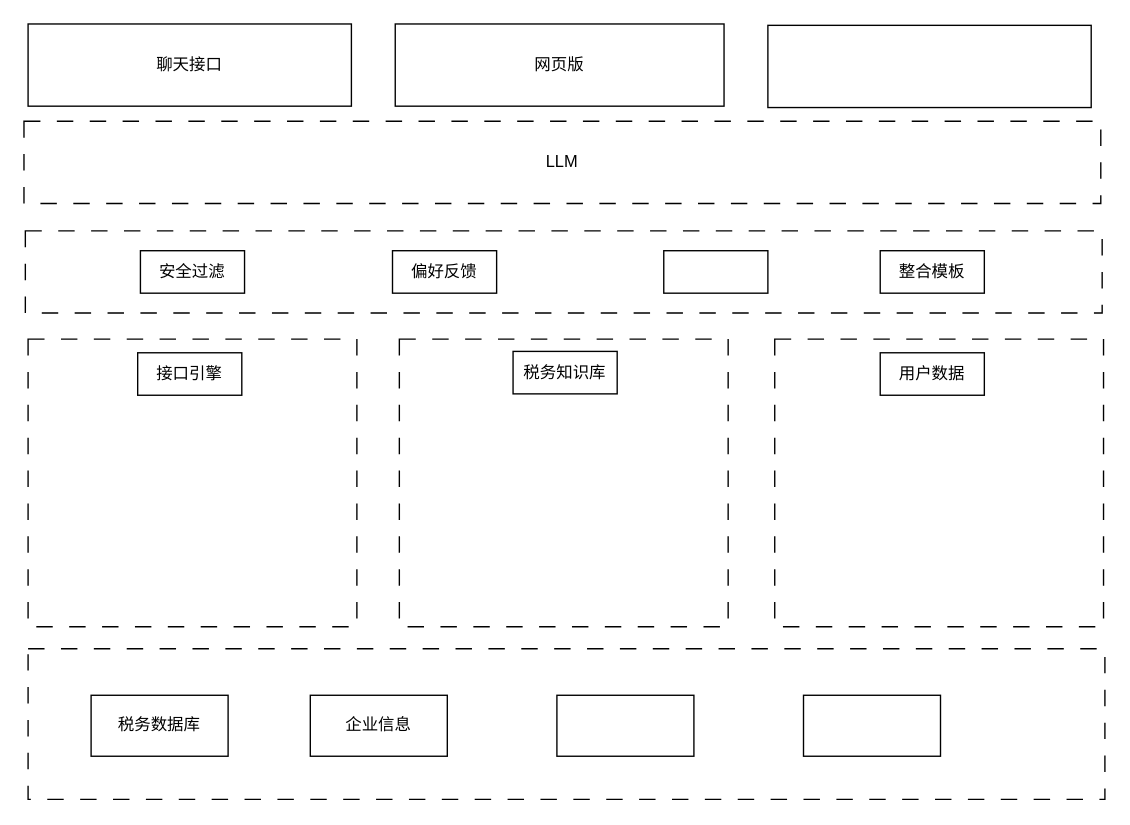
Earlier version of the draw.io diagram framework.drawio (Ayo616/YanTrade). Source tidied: cells renumbered, new cells numbered last; positions are measured from the earlier drawing's top-left corner, leaving out a move shared by most shapes. Both pictures are drawn from the tidied source at 137%, with x=0, y=0 at pixel (23, 23).
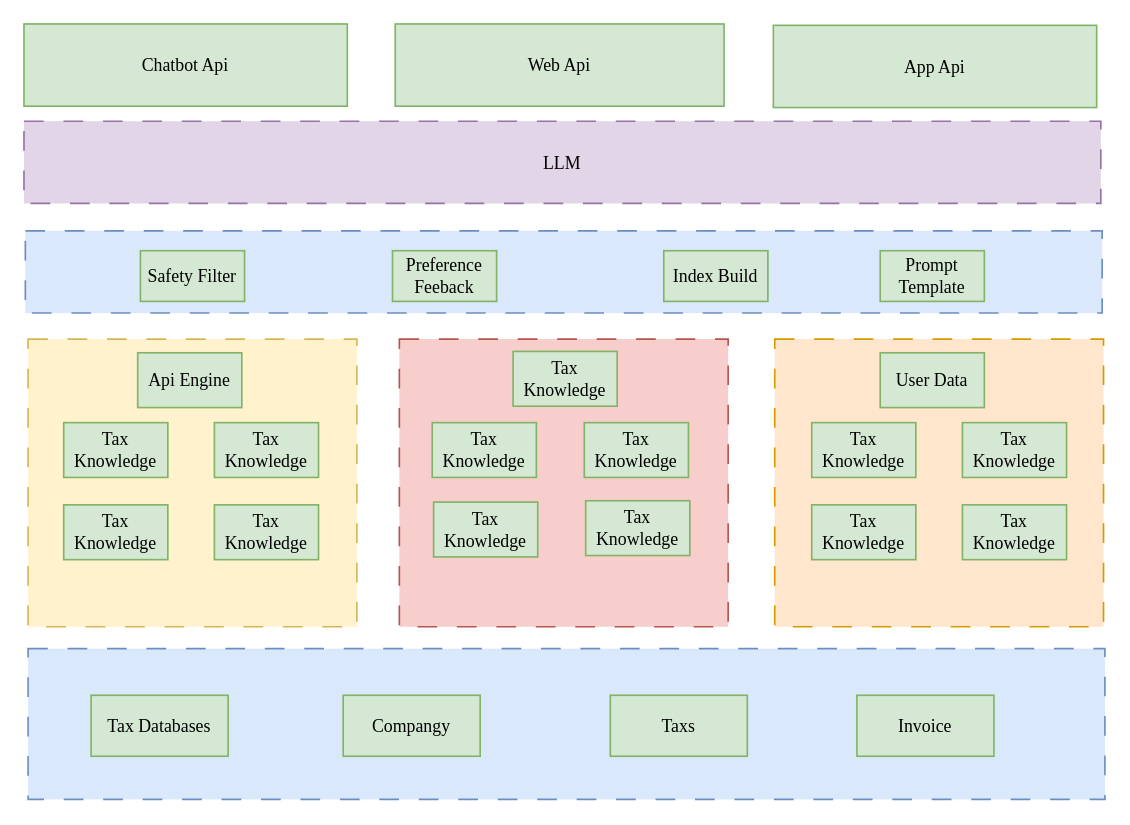
After the change.

The edit, as a diff of the source:
```diff
@@
-    <mxCell id="2" style="rounded=0;whiteSpace=wrap;html=1;dashed=1;dashPattern=12 12;" parent="1" vertex="1">
+    <mxCell id="2" style="rounded=0;whiteSpace=wrap;html=1;dashed=1;dashPattern=12 12;fontSize=13;glass=0;strokeWidth=1.2;perimeterSpacing=0;fillColor=#fff2cc;strokeColor=#d6b656;fontFamily=Garamond;" parent="1" vertex="1">
       <mxGeometry x="3" y="230" width="240" height="210" as="geometry" />
     </mxCell>
-    <mxCell id="3" style="rounded=0;whiteSpace=wrap;html=1;dashed=1;dashPattern=12 12;" parent="1" vertex="1">
+    <mxCell id="3" style="rounded=0;whiteSpace=wrap;html=1;dashed=1;dashPattern=12 12;fontSize=13;glass=0;strokeWidth=1.2;perimeterSpacing=0;fillColor=#f8cecc;strokeColor=#b85450;fontFamily=Garamond;" parent="1" vertex="1">
       <mxGeometry x="274" y="230" width="240" height="210" as="geometry" />
     </mxCell>
-    <mxCell id="4" style="rounded=0;whiteSpace=wrap;html=1;dashed=1;dashPattern=12 12;" parent="1" vertex="1">
+    <mxCell id="4" style="rounded=0;whiteSpace=wrap;html=1;dashed=1;dashPattern=12 12;fontSize=13;glass=0;strokeWidth=1.2;perimeterSpacing=0;fillColor=#ffe6cc;strokeColor=#d79b00;fontFamily=Garamond;" parent="1" vertex="1">
       <mxGeometry x="548" y="230" width="240" height="210" as="geometry" />
     </mxCell>
-    <mxCell id="5" style="rounded=0;whiteSpace=wrap;html=1;dashed=1;dashPattern=12 12;" parent="1" vertex="1">
+    <mxCell id="5" style="rounded=0;whiteSpace=wrap;html=1;dashed=1;dashPattern=12 12;fontSize=13;glass=0;strokeWidth=1.2;perimeterSpacing=0;fillColor=#dae8fc;strokeColor=#6c8ebf;fontFamily=Garamond;" parent="1" vertex="1">
       <mxGeometry x="3" y="456" width="786" height="110" as="geometry" />
     </mxCell>
-    <mxCell id="6" value="LLM" style="rounded=0;whiteSpace=wrap;html=1;dashed=1;dashPattern=12 12;" parent="1" vertex="1">
+    <mxCell id="6" value="LLM" style="rounded=0;whiteSpace=wrap;html=1;dashed=1;dashPattern=12 12;fontSize=13;glass=0;strokeWidth=1.2;perimeterSpacing=0;fillColor=#e1d5e7;strokeColor=#9673a6;fontFamily=Garamond;" parent="1" vertex="1">
       <mxGeometry y="71" width="786" height="60" as="geometry" />
     </mxCell>
-    <mxCell id="7" value="聊天接口" style="rounded=0;whiteSpace=wrap;html=1;" parent="1" vertex="1">
-      <mxGeometry x="3" width="236" height="60" as="geometry" />
+    <mxCell id="7" value="Chatbot Api" style="rounded=0;whiteSpace=wrap;html=1;fontSize=13;glass=0;strokeWidth=1.2;perimeterSpacing=0;fillColor=#d5e8d4;strokeColor=#82b366;fontFamily=Garamond;" parent="1" vertex="1">
+      <mxGeometry width="236" height="60" as="geometry" />
     </mxCell>
-    <mxCell id="8" value="网页版" style="rounded=0;whiteSpace=wrap;html=1;" parent="1" vertex="1">
+    <mxCell id="8" value="Web Api" style="rounded=0;whiteSpace=wrap;html=1;fontSize=13;glass=0;strokeWidth=1.2;perimeterSpacing=0;fillColor=#d5e8d4;strokeColor=#82b366;fontFamily=Garamond;" parent="1" vertex="1">
       <mxGeometry x="271" width="240" height="60" as="geometry" />
     </mxCell>
-    <mxCell id="9" style="rounded=0;whiteSpace=wrap;html=1;" parent="1" vertex="1">
-      <mxGeometry x="543" y="1" width="236" height="60" as="geometry" />
+    <mxCell id="9" value="App Api" style="rounded=0;whiteSpace=wrap;html=1;fontSize=13;glass=0;strokeWidth=1.2;perimeterSpacing=0;fillColor=#d5e8d4;strokeColor=#82b366;fontFamily=Garamond;" parent="1" vertex="1">
+      <mxGeometry x="547" y="1" width="236" height="60" as="geometry" />
     </mxCell>
-    <mxCell id="10" value="接口引擎" style="rounded=0;whiteSpace=wrap;html=1;" parent="1" vertex="1">
-      <mxGeometry x="83" y="240" width="76" height="31" as="geometry" />
+    <mxCell id="10" value="Api Engine" style="rounded=0;whiteSpace=wrap;html=1;fontSize=13;glass=0;strokeWidth=1.2;perimeterSpacing=0;fillColor=#d5e8d4;strokeColor=#82b366;fontFamily=Garamond;" parent="1" vertex="1">
+      <mxGeometry x="83" y="240" width="76" height="40" as="geometry" />
     </mxCell>
-    <mxCell id="11" value="税务知识库" style="rounded=0;whiteSpace=wrap;html=1;" parent="1" vertex="1">
-      <mxGeometry x="357" y="239" width="76" height="31" as="geometry" />
+    <mxCell id="11" value="Tax Knowledge" style="rounded=0;whiteSpace=wrap;html=1;fontSize=13;glass=0;strokeWidth=1.2;perimeterSpacing=0;fillColor=#d5e8d4;strokeColor=#82b366;fontFamily=Garamond;" parent="1" vertex="1">
+      <mxGeometry x="357" y="239" width="76" height="40" as="geometry" />
     </mxCell>
-    <mxCell id="12" value="用户数据" style="rounded=0;whiteSpace=wrap;html=1;" parent="1" vertex="1">
-      <mxGeometry x="625" y="240" width="76" height="31" as="geometry" />
+    <mxCell id="12" value="User Data" style="rounded=0;whiteSpace=wrap;html=1;fontSize=13;glass=0;strokeWidth=1.2;perimeterSpacing=0;fillColor=#d5e8d4;strokeColor=#82b366;fontFamily=Garamond;" parent="1" vertex="1">
+      <mxGeometry x="625" y="240" width="76" height="40" as="geometry" />
     </mxCell>
-    <mxCell id="13" value="税务数据库" style="rounded=0;whiteSpace=wrap;html=1;" parent="1" vertex="1">
+    <mxCell id="13" value="Tax Databases" style="rounded=0;whiteSpace=wrap;html=1;fontSize=13;glass=0;strokeWidth=1.2;perimeterSpacing=0;fillColor=#d5e8d4;strokeColor=#82b366;fontFamily=Garamond;" parent="1" vertex="1">
       <mxGeometry x="49" y="490" width="100" height="44.5" as="geometry" />
     </mxCell>
-    <mxCell id="14" value="企业信息" style="rounded=0;whiteSpace=wrap;html=1;" parent="1" vertex="1">
-      <mxGeometry x="209" y="490" width="100" height="44.5" as="geometry" />
+    <mxCell id="14" value="Compangy" style="rounded=0;whiteSpace=wrap;html=1;fontSize=13;glass=0;strokeWidth=1.2;perimeterSpacing=0;fillColor=#d5e8d4;strokeColor=#82b366;fontFamily=Garamond;" parent="1" vertex="1">
+      <mxGeometry x="233" y="490" width="100" height="44.5" as="geometry" />
     </mxCell>
-    <mxCell id="15" style="rounded=0;whiteSpace=wrap;html=1;" parent="1" vertex="1">
-      <mxGeometry x="389" y="490" width="100" height="44.5" as="geometry" />
+    <mxCell id="15" value="Taxs" style="rounded=0;whiteSpace=wrap;html=1;fontSize=13;glass=0;strokeWidth=1.2;perimeterSpacing=0;fillColor=#d5e8d4;strokeColor=#82b366;fontFamily=Garamond;" parent="1" vertex="1">
+      <mxGeometry x="428" y="490" width="100" height="44.5" as="geometry" />
     </mxCell>
-    <mxCell id="16" style="rounded=0;whiteSpace=wrap;html=1;" parent="1" vertex="1">
-      <mxGeometry x="569" y="490" width="100" height="44.5" as="geometry" />
+    <mxCell id="16" value="Invoice" style="rounded=0;whiteSpace=wrap;html=1;fontSize=13;glass=0;strokeWidth=1.2;perimeterSpacing=0;fillColor=#d5e8d4;strokeColor=#82b366;fontFamily=Garamond;" parent="1" vertex="1">
+      <mxGeometry x="608" y="490" width="100" height="44.5" as="geometry" />
     </mxCell>
-    <mxCell id="17" style="rounded=0;whiteSpace=wrap;html=1;dashed=1;dashPattern=12 12;" parent="1" vertex="1">
+    <mxCell id="17" style="rounded=0;whiteSpace=wrap;html=1;dashed=1;dashPattern=12 12;fontSize=13;glass=0;strokeWidth=1.2;perimeterSpacing=0;fillColor=#dae8fc;strokeColor=#6c8ebf;fontFamily=Garamond;" parent="1" vertex="1">
       <mxGeometry x="1" y="151" width="786" height="60" as="geometry" />
     </mxCell>
-    <mxCell id="18" value="安全过滤" style="rounded=0;whiteSpace=wrap;html=1;" parent="1" vertex="1">
-      <mxGeometry x="85" y="165.5" width="76" height="31" as="geometry" />
+    <mxCell id="18" value="Safety Filter" style="rounded=0;whiteSpace=wrap;html=1;fontSize=13;glass=0;strokeWidth=1.2;perimeterSpacing=0;fillColor=#d5e8d4;strokeColor=#82b366;fontFamily=Garamond;" parent="1" vertex="1">
+      <mxGeometry x="85" y="165.5" width="76" height="37" as="geometry" />
     </mxCell>
-    <mxCell id="19" value="偏好反馈" style="rounded=0;whiteSpace=wrap;html=1;" parent="1" vertex="1">
-      <mxGeometry x="269" y="165.5" width="76" height="31" as="geometry" />
+    <mxCell id="19" value="Preference Feeback" style="rounded=0;whiteSpace=wrap;html=1;fontSize=13;glass=0;strokeWidth=1.2;perimeterSpacing=0;fillColor=#d5e8d4;strokeColor=#82b366;fontFamily=Garamond;" parent="1" vertex="1">
+      <mxGeometry x="269" y="165.5" width="76" height="37" as="geometry" />
     </mxCell>
-    <mxCell id="20" value="整合模板" style="rounded=0;whiteSpace=wrap;html=1;" parent="1" vertex="1">
-      <mxGeometry x="625" y="165.5" width="76" height="31" as="geometry" />
+    <mxCell id="20" value="Prompt Template" style="rounded=0;whiteSpace=wrap;html=1;fontSize=13;glass=0;strokeWidth=1.2;perimeterSpacing=0;fillColor=#d5e8d4;strokeColor=#82b366;fontFamily=Garamond;" parent="1" vertex="1">
+      <mxGeometry x="625" y="165.5" width="76" height="37" as="geometry" />
     </mxCell>
-    <mxCell id="21" style="rounded=0;whiteSpace=wrap;html=1;" parent="1" vertex="1">
-      <mxGeometry x="467" y="165.5" width="76" height="31" as="geometry" />
+    <mxCell id="21" value="Index Build" style="rounded=0;whiteSpace=wrap;html=1;fontSize=13;glass=0;strokeWidth=1.2;perimeterSpacing=0;fillColor=#d5e8d4;strokeColor=#82b366;fontFamily=Garamond;" parent="1" vertex="1">
+      <mxGeometry x="467" y="165.5" width="76" height="37" as="geometry" />
     </mxCell>
+    <mxCell id="22" value="Tax Knowledge" style="rounded=0;whiteSpace=wrap;html=1;fontSize=13;glass=0;strokeWidth=1.2;perimeterSpacing=0;fillColor=#d5e8d4;strokeColor=#82b366;fontFamily=Garamond;" parent="1" vertex="1">
+      <mxGeometry x="298" y="291" width="76" height="40" as="geometry" />
+    </mxCell>
+    <mxCell id="23" value="Tax Knowledge" style="rounded=0;whiteSpace=wrap;html=1;fontSize=13;glass=0;strokeWidth=1.2;perimeterSpacing=0;fillColor=#d5e8d4;strokeColor=#82b366;fontFamily=Garamond;" parent="1" vertex="1">
+      <mxGeometry x="409" y="291" width="76" height="40" as="geometry" />
+    </mxCell>
+    <mxCell id="24" value="Tax Knowledge" style="rounded=0;whiteSpace=wrap;html=1;fontSize=13;glass=0;strokeWidth=1.2;perimeterSpacing=0;fillColor=#d5e8d4;strokeColor=#82b366;fontFamily=Garamond;" parent="1" vertex="1">
+      <mxGeometry x="299" y="349" width="76" height="40" as="geometry" />
+    </mxCell>
+    <mxCell id="25" value="Tax Knowledge" style="rounded=0;whiteSpace=wrap;html=1;fontSize=13;glass=0;strokeWidth=1.2;perimeterSpacing=0;fillColor=#d5e8d4;strokeColor=#82b366;fontFamily=Garamond;" parent="1" vertex="1">
+      <mxGeometry x="410" y="348" width="76" height="40" as="geometry" />
+    </mxCell>
+    <mxCell id="26" value="Tax Knowledge" style="rounded=0;whiteSpace=wrap;html=1;fontSize=13;glass=0;strokeWidth=1.2;perimeterSpacing=0;fillColor=#d5e8d4;strokeColor=#82b366;fontFamily=Garamond;" parent="1" vertex="1">
+      <mxGeometry x="29" y="291" width="76" height="40" as="geometry" />
+    </mxCell>
+    <mxCell id="27" value="Tax Knowledge" style="rounded=0;whiteSpace=wrap;html=1;fontSize=13;glass=0;strokeWidth=1.2;perimeterSpacing=0;fillColor=#d5e8d4;strokeColor=#82b366;fontFamily=Garamond;" parent="1" vertex="1">
+      <mxGeometry x="139" y="291" width="76" height="40" as="geometry" />
+    </mxCell>
+    <mxCell id="28" value="Tax Knowledge" style="rounded=0;whiteSpace=wrap;html=1;fontSize=13;glass=0;strokeWidth=1.2;perimeterSpacing=0;fillColor=#d5e8d4;strokeColor=#82b366;fontFamily=Garamond;" parent="1" vertex="1">
+      <mxGeometry x="29" y="351" width="76" height="40" as="geometry" />
+    </mxCell>
+    <mxCell id="29" value="Tax Knowledge" style="rounded=0;whiteSpace=wrap;html=1;fontSize=13;glass=0;strokeWidth=1.2;perimeterSpacing=0;fillColor=#d5e8d4;strokeColor=#82b366;fontFamily=Garamond;" parent="1" vertex="1">
+      <mxGeometry x="139" y="351" width="76" height="40" as="geometry" />
+    </mxCell>
+    <mxCell id="30" value="Tax Knowledge" style="rounded=0;whiteSpace=wrap;html=1;fontSize=13;glass=0;strokeWidth=1.2;perimeterSpacing=0;fillColor=#d5e8d4;strokeColor=#82b366;fontFamily=Garamond;" parent="1" vertex="1">
+      <mxGeometry x="575" y="291" width="76" height="40" as="geometry" />
+    </mxCell>
+    <mxCell id="31" value="Tax Knowledge" style="rounded=0;whiteSpace=wrap;html=1;fontSize=13;glass=0;strokeWidth=1.2;perimeterSpacing=0;fillColor=#d5e8d4;strokeColor=#82b366;fontFamily=Garamond;" parent="1" vertex="1">
+      <mxGeometry x="685" y="291" width="76" height="40" as="geometry" />
+    </mxCell>
+    <mxCell id="32" value="Tax Knowledge" style="rounded=0;whiteSpace=wrap;html=1;fontSize=13;glass=0;strokeWidth=1.2;perimeterSpacing=0;fillColor=#d5e8d4;strokeColor=#82b366;fontFamily=Garamond;" parent="1" vertex="1">
+      <mxGeometry x="575" y="351" width="76" height="40" as="geometry" />
+    </mxCell>
+    <mxCell id="33" value="Tax Knowledge" style="rounded=0;whiteSpace=wrap;html=1;fontSize=13;glass=0;strokeWidth=1.2;perimeterSpacing=0;fillColor=#d5e8d4;strokeColor=#82b366;fontFamily=Garamond;" parent="1" vertex="1">
+      <mxGeometry x="685" y="351" width="76" height="40" as="geometry" />
+    </mxCell>
```
